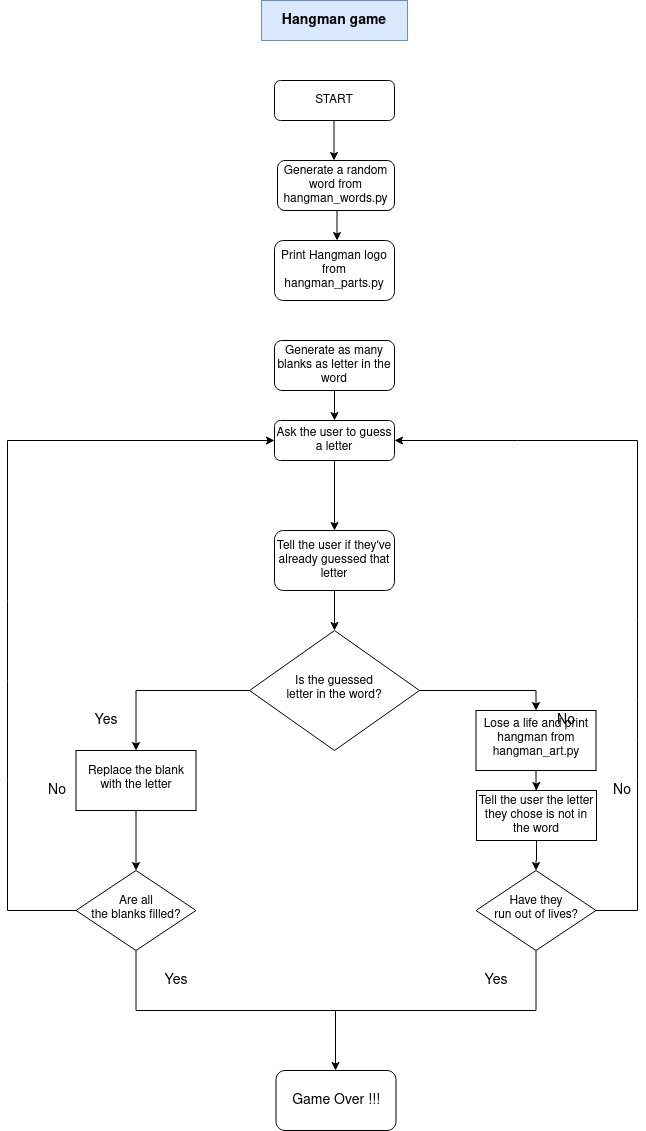
Earlier version of the draw.io export hangman.png (Yucatanwebpages/pythondiagrams). Source tidied: cells renumbered, new cells last; positions are measured from the earlier drawing's top-left corner, leaving out a move shared by most shapes.
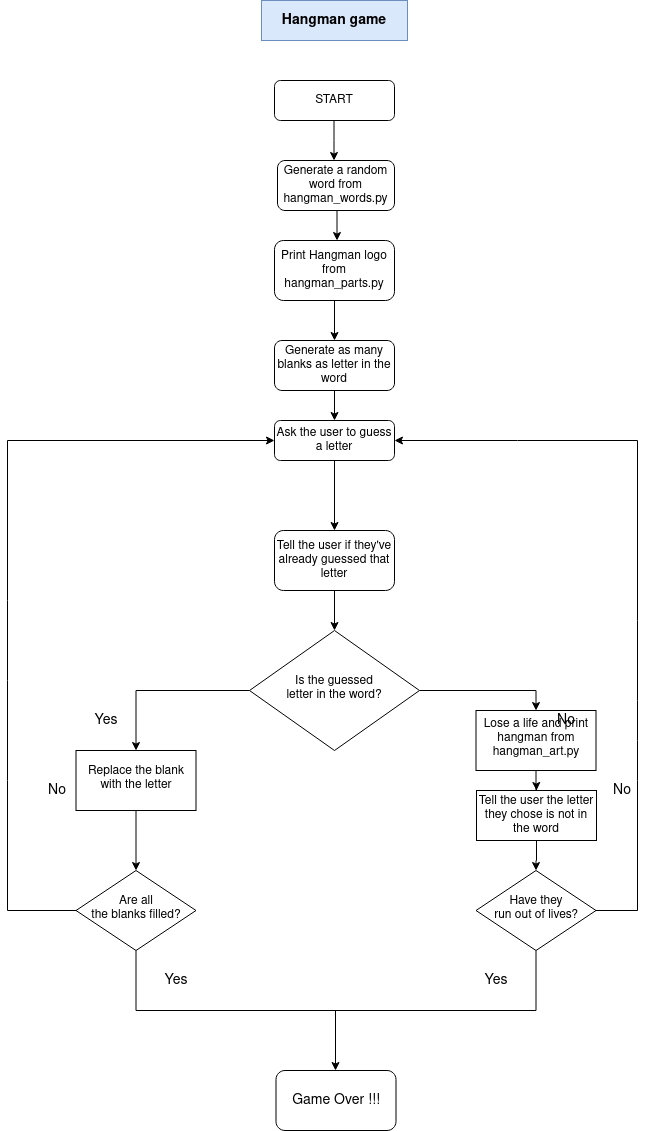
Above is the later version.

Change to the diagram source:
```diff
@@ -135,6 +135,9 @@
         <mxPoint x="329.5" y="240" as="targetPoint" />
       </mxGeometry>
     </mxCell>
+    <mxCell id="37" style="edgeStyle=orthogonalEdgeStyle;rounded=0;jettySize=auto;html=1;" parent="1" edge="1" source="32" target="10">
+      <mxGeometry relative="1" as="geometry" />
+    </mxCell>
     <mxCell id="32" value="Print Hangman logo from hangman_parts.py" style="rounded=1;whiteSpace=wrap;html=1;" parent="1" vertex="1">
       <mxGeometry x="267" y="240" width="120" height="60" as="geometry" />
     </mxCell>
```
